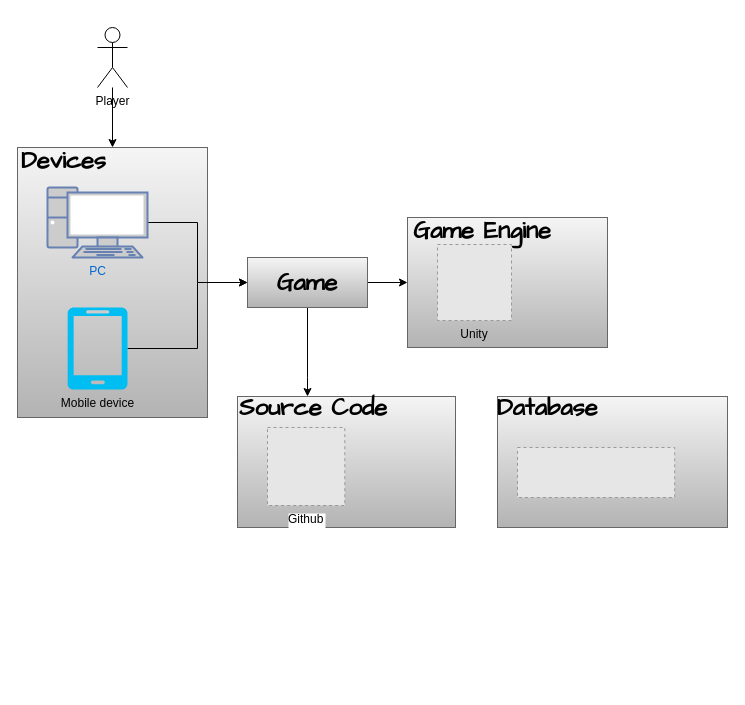
Above: flowchart.drawio in shitanshiwoerzi/test (draw.io), before the change. Source tidied: cells renumbered, new cells numbered last; positions are measured from the earlier drawing's top-left corner, leaving out a move shared by most shapes. Both pictures are drawn from the tidied source at 100%, with x=0, y=0 at pixel (17, 27). Pictures stored in the file or linked from it are replaced by grey dashed boxes.
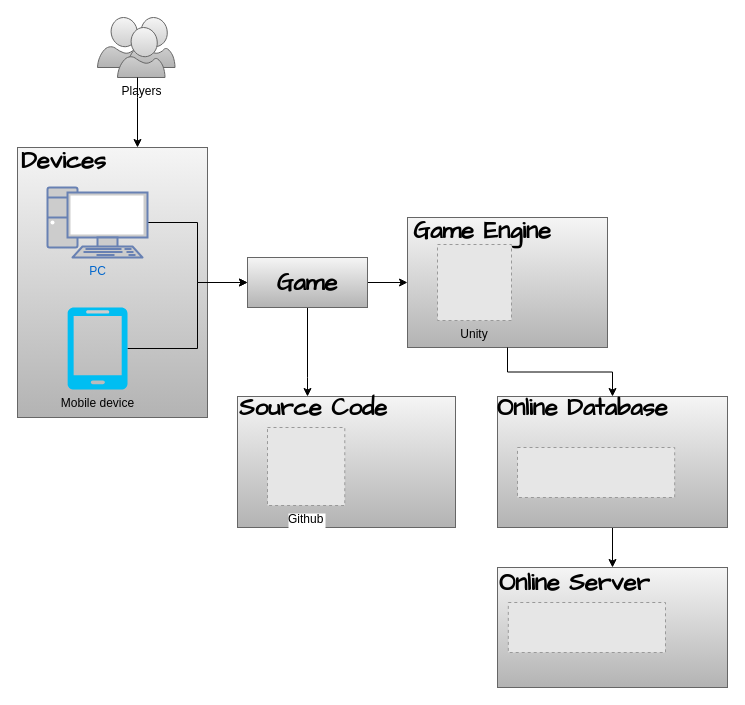
The same page after the edit.

Unchanged cells that the change refers to:
```xml
<mxCell id="2" value="&lt;h1&gt;&lt;br&gt;&lt;/h1&gt;" style="rounded=0;whiteSpace=wrap;html=1;align=left;fillColor=#f5f5f5;strokeColor=#666666;gradientColor=#b3b3b3;" parent="1" vertex="1">
  <mxGeometry x="480" y="369" width="230" height="131" as="geometry" />
</mxCell>
<mxCell id="3" value="&lt;h1&gt;&lt;br&gt;&lt;/h1&gt;" style="rounded=0;whiteSpace=wrap;html=1;align=left;fillColor=#f5f5f5;strokeColor=#666666;gradientColor=#b3b3b3;" parent="1" vertex="1">
  <mxGeometry y="120" width="190" height="270" as="geometry" />
</mxCell>
<mxCell id="13" value="&lt;h1&gt;&lt;br&gt;&lt;/h1&gt;" style="rounded=0;whiteSpace=wrap;html=1;align=left;fillColor=#f5f5f5;strokeColor=#666666;gradientColor=#b3b3b3;" parent="12" vertex="1">
  <mxGeometry x="10" width="200" height="130" as="geometry" />
</mxCell>
```

Change to the diagram source:
```diff
@@
+    <mxCell id="24" style="edgeStyle=orthogonalEdgeStyle;rounded=0;jettySize=auto;html=1;" parent="1" edge="1" source="2" target="31">
+      <mxGeometry relative="1" as="geometry" />
+    </mxCell>
@@
-    <mxCell id="4" style="edgeStyle=orthogonalEdgeStyle;rounded=0;jettySize=auto;html=1;" parent="1" edge="1" source="5" target="3">
-      <mxGeometry relative="1" as="geometry" />
-    </mxCell>
-    <mxCell id="5" value="Player" style="shape=umlActor;verticalLabelPosition=bottom;verticalAlign=top;html=1;outlineConnect=0;" parent="1" vertex="1">
-      <mxGeometry x="80" width="30" height="60" as="geometry" />
-    </mxCell>
@@
-    <mxCell id="23" value="&lt;h1&gt;&lt;font face=&quot;Comic Sans MS&quot;&gt;Database&lt;/font&gt;&lt;/h1&gt;" style="text;html=1;strokeColor=none;fillColor=none;align=left;verticalAlign=middle;whiteSpace=wrap;rounded=0;" parent="1" vertex="1">
-      <mxGeometry x="478" y="370" width="170" height="20" as="geometry" />
+    <mxCell id="23" value="&lt;h1&gt;&lt;font face=&quot;Comic Sans MS&quot;&gt;Online Database&lt;/font&gt;&lt;/h1&gt;" style="text;html=1;strokeColor=none;fillColor=none;align=left;verticalAlign=middle;whiteSpace=wrap;rounded=0;" parent="1" vertex="1">
+      <mxGeometry x="478" y="370" width="202" height="20" as="geometry" />
     </mxCell>
+    <mxCell id="25" style="edgeStyle=orthogonalEdgeStyle;rounded=0;jettySize=auto;html=1;" parent="1" edge="1" source="13" target="2">
+      <mxGeometry relative="1" as="geometry" />
+    </mxCell>
+    <mxCell id="26" style="group;" parent="1" vertex="1">
+      <mxGeometry x="80" y="-10" width="77.5" height="60" as="geometry" />
+    </mxCell>
+    <mxCell id="27" style="verticalLabelPosition=bottom;html=1;verticalAlign=top;align=center;strokeColor=#666666;fillColor=#f5f5f5;shape=mxgraph.azure.user;gradientColor=#b3b3b3;" parent="26" vertex="1">
+      <mxGeometry width="47.5" height="50" as="geometry" />
+    </mxCell>
+    <mxCell id="28" style="verticalLabelPosition=bottom;html=1;verticalAlign=top;align=center;strokeColor=#666666;fillColor=#f5f5f5;shape=mxgraph.azure.user;gradientColor=#b3b3b3;" parent="26" vertex="1">
+      <mxGeometry x="30" width="47.5" height="50" as="geometry" />
+    </mxCell>
+    <mxCell id="29" value="Players" style="verticalLabelPosition=bottom;html=1;verticalAlign=top;align=center;strokeColor=#666666;fillColor=#f5f5f5;shape=mxgraph.azure.user;gradientColor=#b3b3b3;" parent="26" vertex="1">
+      <mxGeometry x="20" y="10" width="47.5" height="50" as="geometry" />
+    </mxCell>
+    <mxCell id="30" style="edgeStyle=orthogonalEdgeStyle;rounded=0;jettySize=auto;html=1;" parent="1" edge="1" source="29" target="3">
+      <mxGeometry relative="1" as="geometry">
+        <Array as="points">
+          <mxPoint x="120" y="70" />
+          <mxPoint x="120" y="70" />
+        </Array>
+      </mxGeometry>
+    </mxCell>
+    <mxCell id="31" value="&lt;h1&gt;&lt;br&gt;&lt;/h1&gt;" style="rounded=0;whiteSpace=wrap;html=1;align=left;fillColor=#f5f5f5;strokeColor=#666666;gradientColor=#b3b3b3;" parent="1" vertex="1">
+      <mxGeometry x="480" y="540" width="230" height="120" as="geometry" />
+    </mxCell>
+    <mxCell id="32" value="&lt;h1&gt;&lt;font face=&quot;Comic Sans MS&quot;&gt;Online Server&lt;/font&gt;&lt;/h1&gt;" style="text;html=1;strokeColor=none;fillColor=none;align=left;verticalAlign=middle;whiteSpace=wrap;rounded=0;" parent="1" vertex="1">
+      <mxGeometry x="480" y="545" width="202" height="20" as="geometry" />
+    </mxCell>
+    <mxCell id="33" style="fillColor=#E6E6E6;strokeColor=#999999;dashed=1;verticalLabelPosition=bottom;labelBackgroundColor=#ffffff;verticalAlign=top;" parent="1" vertex="1">
+      <mxGeometry x="490.8" y="575" width="157.2" height="50" as="geometry" />
+    </mxCell>
```
